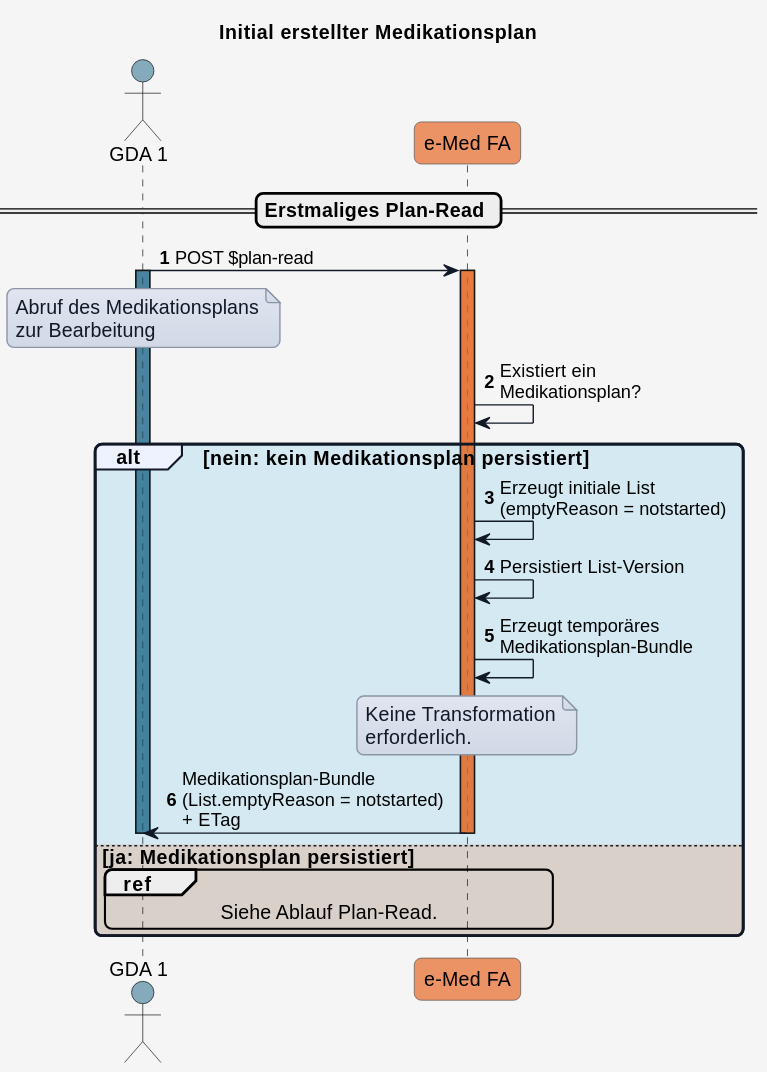
HL7Austria/hl7austria.github.io keeps this PlantUML diagram as r4-ELGA-e-Medikation-main/plantuml/UC_eMed_01_03.svg. Above is the earlier version.
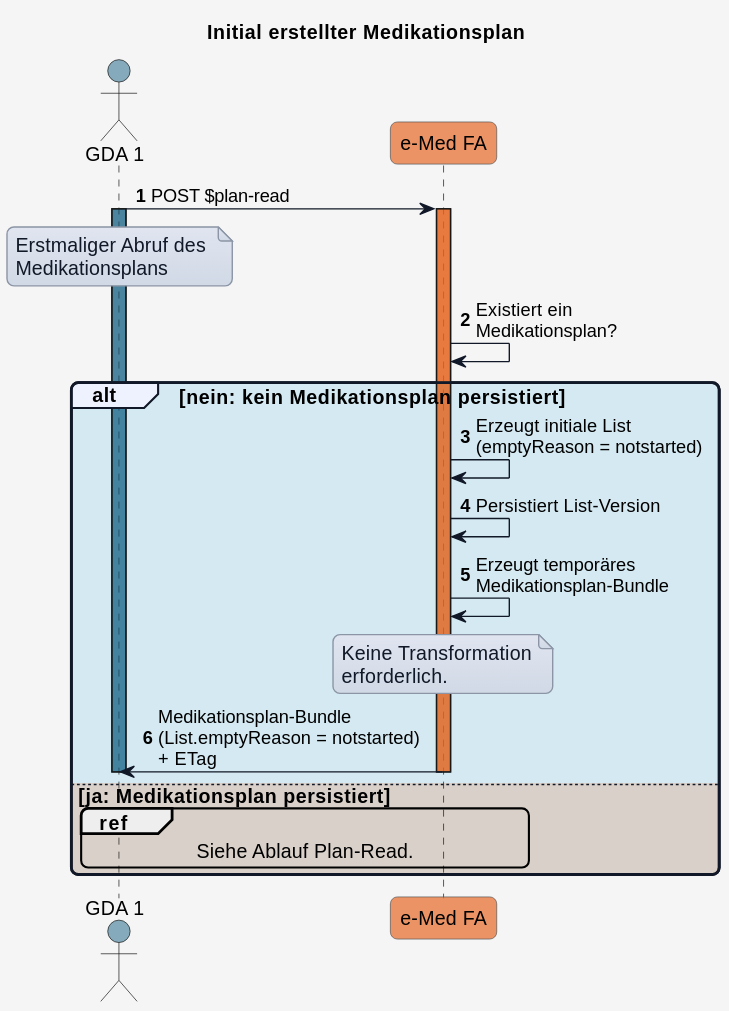
After the change.

The edit, as a diff of the source:
```diff
@@ -54,14 +54,12 @@
 
 autonumber
 
-== Erstmaliges Plan-Read ==
-
 GDA_1 -> eMed_FA: POST $plan-read
 activate GDA_1 COLOR_GDA_1
 
 note over GDA_1
-Abruf des Medikationsplans
-zur Bearbeitung
+Erstmaliger Abruf des
+Medikationsplans
 end note
 
 activate eMed_FA COLOR_EMED_FA
```
